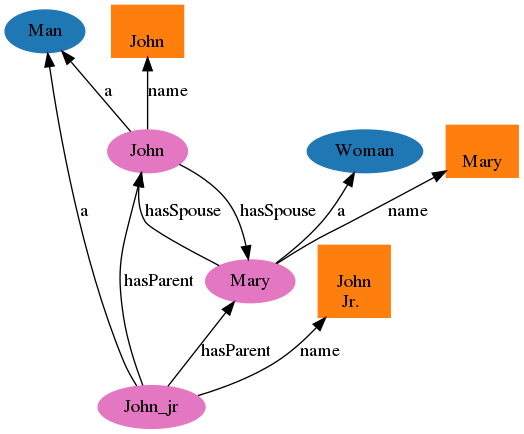
GuillaumeIsabelleX/gix-ontology-visualization keeps this Graphviz diagram as test2.png. Above is the earlier version. Its source is kept beside it as test2.dot.
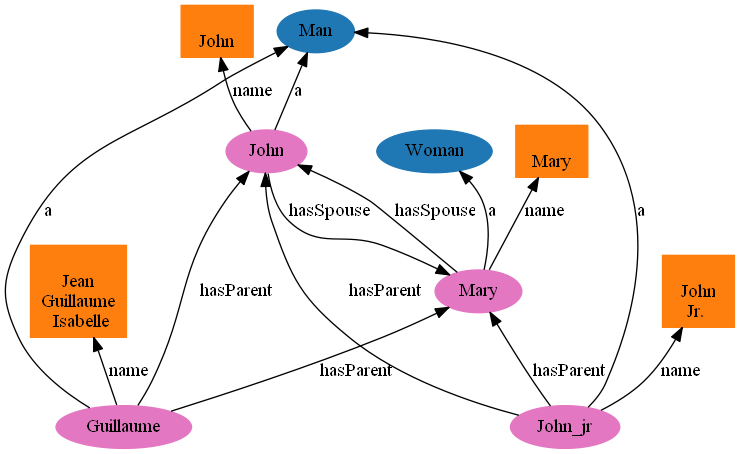
The same diagram one commit later.

What changed in the source:
```diff
@@ -5,18 +5,24 @@
 "http://dig.isi.edu/Man" [fillcolor="#1f77b4" color="#1f77b4" label="Man"]
 "http://dig.isi.edu/John" [fillcolor="#e377c2" color="#e377c2" label="John"]
 "http://dig.isi.edu/Mary" [fillcolor="#e377c2" color="#e377c2" label="Mary"]
+"http://dig.isi.edu/Guillaume" [fillcolor="#e377c2" color="#e377c2" label="Guillaume"]
 "http://dig.isi.edu/John_jr" [fillcolor="#e377c2" color="#e377c2" label="John_jr"]
-"0683d495ecb54683af0da93bac34a56d" [fillcolor="#ff7f0e" color="#ff7f0e" label="\nJohn" shape="rect"]
-"e153a5a2cf814ffd9e4c20ffc180ab34" [fillcolor="#ff7f0e" color="#ff7f0e" label="\nMary" shape="rect"]
-"566b25c8eb4e4580a90f56f4d373ca68" [fillcolor="#ff7f0e" color="#ff7f0e" label="\nJohn\nJr. " shape="rect"]
-  "http://dig.isi.edu/John" -> "http://dig.isi.edu/Mary" [label="hasSpouse"]
-  "http://dig.isi.edu/John_jr" -> "566b25c8eb4e4580a90f56f4d373ca68" [label="name"]
-  "http://dig.isi.edu/Mary" -> "http://dig.isi.edu/John" [label="hasSpouse"]
+"39160a039ebb441297a8d3a3e52be650" [fillcolor="#ff7f0e" color="#ff7f0e" label="\nJean\nGuillaume\n Isabelle" shape="rect"]
+"dd6531f7c90b435ca37070ec3b3b72fe" [fillcolor="#ff7f0e" color="#ff7f0e" label="\nJohn\nJr. " shape="rect"]
+"598947bb45574468b5cabf9b5a6e1f0a" [fillcolor="#ff7f0e" color="#ff7f0e" label="\nJohn" shape="rect"]
+"57f0d1facc9f408081d7e44f74a39f42" [fillcolor="#ff7f0e" color="#ff7f0e" label="\nMary" shape="rect"]
   "http://dig.isi.edu/Mary" -> "http://dig.isi.edu/Woman" [label="a"]
+  "http://dig.isi.edu/Guillaume" -> "http://dig.isi.edu/John" [label="hasParent"]
+  "http://dig.isi.edu/Guillaume" -> "http://dig.isi.edu/Mary" [label="hasParent"]
   "http://dig.isi.edu/John_jr" -> "http://dig.isi.edu/John" [label="hasParent"]
-  "http://dig.isi.edu/Mary" -> "e153a5a2cf814ffd9e4c20ffc180ab34" [label="name"]
+  "http://dig.isi.edu/John_jr" -> "dd6531f7c90b435ca37070ec3b3b72fe" [label="name"]
   "http://dig.isi.edu/John_jr" -> "http://dig.isi.edu/Mary" [label="hasParent"]
-  "http://dig.isi.edu/John" -> "0683d495ecb54683af0da93bac34a56d" [label="name"]
+  "http://dig.isi.edu/John" -> "598947bb45574468b5cabf9b5a6e1f0a" [label="name"]
+  "http://dig.isi.edu/Mary" -> "57f0d1facc9f408081d7e44f74a39f42" [label="name"]
   "http://dig.isi.edu/John" -> "http://dig.isi.edu/Man" [label="a"]
   "http://dig.isi.edu/John_jr" -> "http://dig.isi.edu/Man" [label="a"]
+  "http://dig.isi.edu/John" -> "http://dig.isi.edu/Mary" [label="hasSpouse"]
+  "http://dig.isi.edu/Mary" -> "http://dig.isi.edu/John" [label="hasSpouse"]
+  "http://dig.isi.edu/Guillaume" -> "39160a039ebb441297a8d3a3e52be650" [label="name"]
+  "http://dig.isi.edu/Guillaume" -> "http://dig.isi.edu/Man" [label="a"]
 }
```
